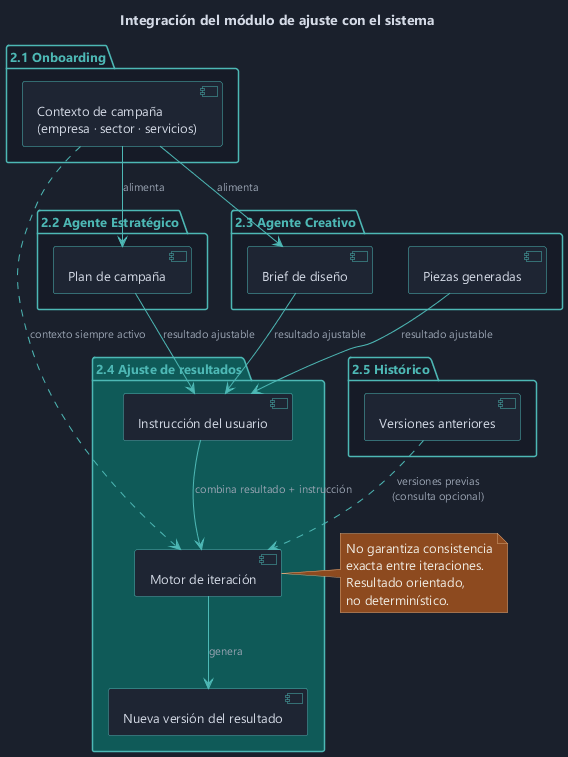
Earlier version of the PlantUML export agent/assets/img/diagramas/iteracion-integracion-modulos.png (sedibuc/documentacion_cintel).
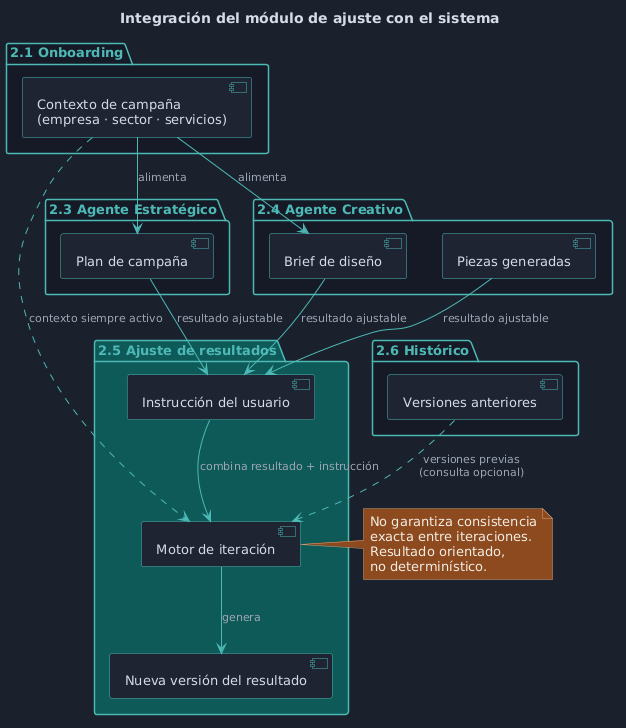
Above is the later version.

What changed in the source:
```diff
@@ -1,4 +1,4 @@
-@startuml iteracion-integracion-modulos
+@startuml
 skinparam backgroundColor #1a202c
 skinparam defaultFontColor #d4dae6
 skinparam defaultFontName "Segoe UI"
@@ -41,22 +41,22 @@
   [Contexto de campaña\n(empresa · sector · servicios)] as ctx
 }
 
-package "2.2 Agente Estratégico" {
+package "2.3 Agente Estratégico" {
   [Plan de campaña] as plan
 }
 
-package "2.3 Agente Creativo" {
+package "2.4 Agente Creativo" {
   [Brief de diseño] as brief
   [Piezas generadas] as piezas
 }
 
-package "2.4 Ajuste de resultados" #0f5a58 {
+package "2.5 Ajuste de resultados" #0f5a58 {
   [Instrucción del usuario] as instruccion
   [Motor de iteración] as motor
   [Nueva versión del resultado] as resultado
 }
 
-package "2.5 Histórico" {
+package "2.6 Histórico" {
   [Versiones anteriores] as historico
 }
 
@@ -76,5 +76,4 @@
   Resultado orientado,
   no determinístico.
 end note
-
 @enduml
```
